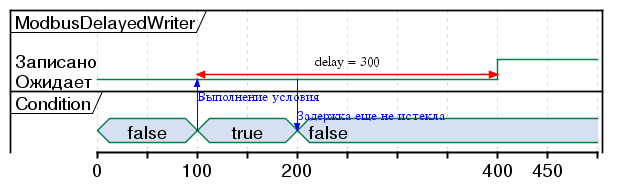
UlrichVonRekkenin/PhdLaTeX keeps this PlantUML diagram as Dissertation/images/modbus_delayed_writer.png. Above is the earlier version. Its diagram source:
```plantuml
@startuml
scale 1.5
skinparam {
    Dpi 300
    DefaultFontSize 18
    ClassFontSize 28
    ClassAttributeFontSize 25
}

robust "ModbusDelayedWriter" as guard
concise "Condition" as cond

@guard
@100 <-> @+300 : delay = 300

@0
cond is false
guard is Ожидает

@100
cond -> guard : Выполнение условия
cond is true
guard is Ожидает

@+100
guard -> cond : Задержка еще не истекла
cond is false
guard is Ожидает

@+200
guard is Записано

@+50

@enduml
```
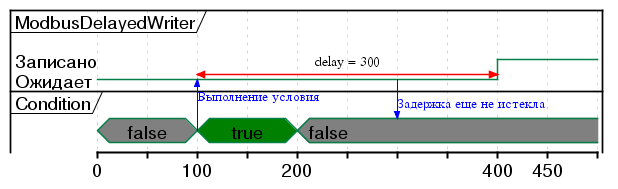
Above is the later version.

The edit, as a diff of the source:
```diff
@@ -2,6 +2,8 @@
 scale 1.5
 skinparam {
     Dpi 300
+    PackageFontSize 20
+    arrowThickness 4
     DefaultFontSize 18
     ClassFontSize 28
     ClassAttributeFontSize 25
@@ -10,25 +12,18 @@
 robust "ModbusDelayedWriter" as guard
 concise "Condition" as cond
 
+@cond
+0 is false #Gray
+100 is true #Green
+200 is false #Gray
+
+cond@100 -> guard@100 : Выполнение условия
+guard@+100 -> cond@+100 : Задержка еще не истекла
+
 @guard
+0 is Ожидает
 @100 <-> @+300 : delay = 300
-
-@0
-cond is false
-guard is Ожидает
-
-@100
-cond -> guard : Выполнение условия
-cond is true
-guard is Ожидает
-
-@+100
-guard -> cond : Задержка еще не истекла
-cond is false
-guard is Ожидает
-
-@+200
-guard is Записано
+400 is Записано
 
 @+50
 
```
